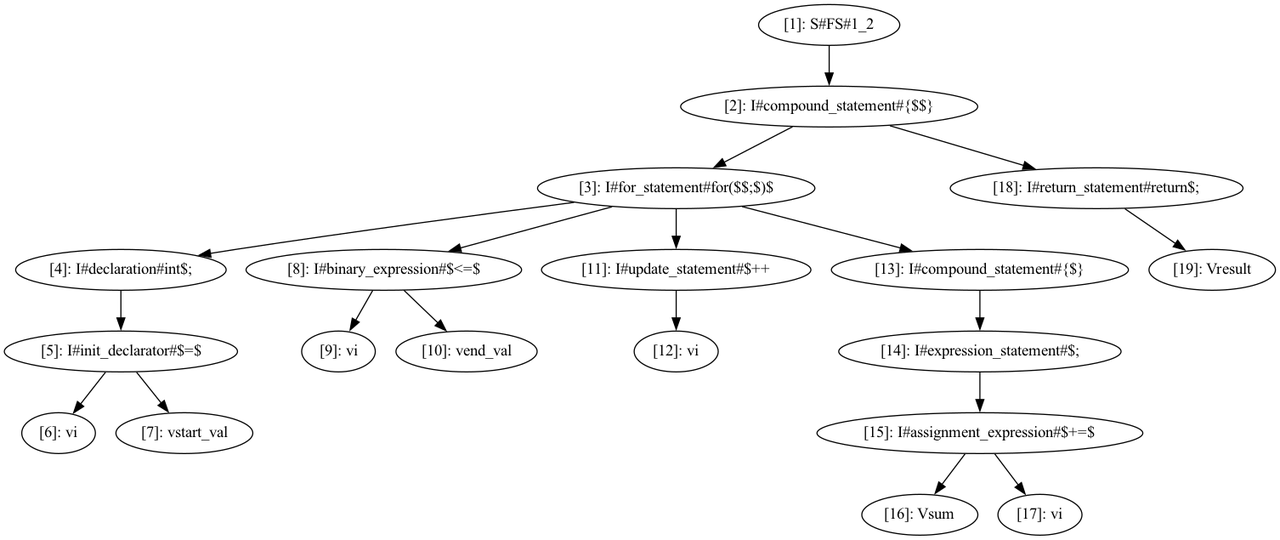
The Graphviz diagram cass.png in deryaerman/DIA-System-DS-Plagiarism-Checker-GIT, before a commit. Its source is kept beside it as cass.dot.
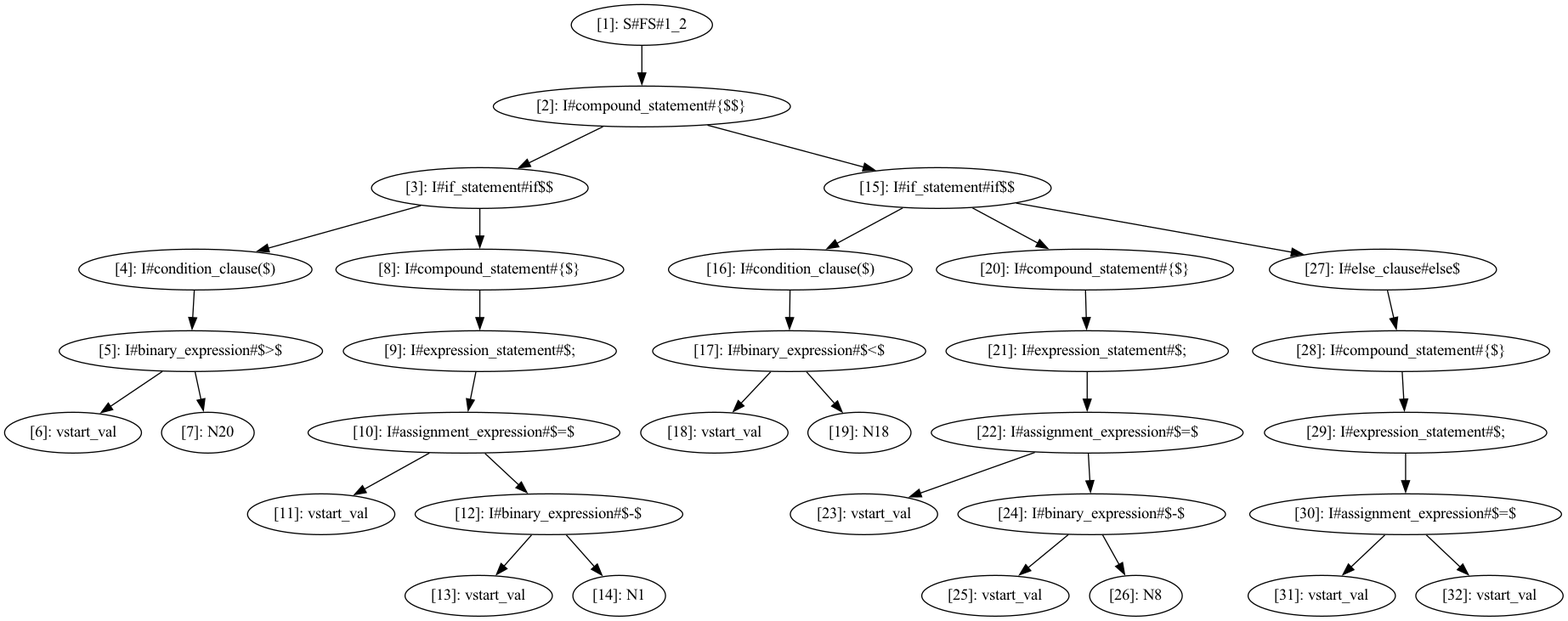
Later version of the same file.

Commit message:
else if still not working

What changed in the source:
```diff
@@ -2,23 +2,36 @@
   node [shape=ellipse];
   n1 [label="[1]: S#FS#1_2"];
   n2 [label="[2]: I#compound_statement#{$$}"];
-  n3 [label="[3]: I#for_statement#for($$;$)$"];
-  n4 [label="[4]: I#declaration#int$;"];
-  n5 [label="[5]: I#init_declarator#$=$"];
-  n6 [label="[6]: vi"];
-  n7 [label="[7]: vstart_val"];
-  n8 [label="[8]: I#binary_expression#$<=$"];
-  n9 [label="[9]: vi"];
-  n10 [label="[10]: vend_val"];
-  n11 [label="[11]: I#update_statement#$++"];
-  n12 [label="[12]: vi"];
-  n13 [label="[13]: I#compound_statement#{$}"];
-  n14 [label="[14]: I#expression_statement#$;"];
-  n15 [label="[15]: I#assignment_expression#$+=$"];
-  n16 [label="[16]: Vsum"];
-  n17 [label="[17]: vi"];
-  n18 [label="[18]: I#return_statement#return$;"];
-  n19 [label="[19]: Vresult"];
+  n3 [label="[3]: I#if_statement#if$$"];
+  n4 [label="[4]: I#condition_clause($)"];
+  n5 [label="[5]: I#binary_expression#$>$"];
+  n6 [label="[6]: vstart_val"];
+  n7 [label="[7]: N20"];
+  n8 [label="[8]: I#compound_statement#{$}"];
+  n9 [label="[9]: I#expression_statement#$;"];
+  n10 [label="[10]: I#assignment_expression#$=$"];
+  n11 [label="[11]: vstart_val"];
+  n12 [label="[12]: I#binary_expression#$-$"];
+  n13 [label="[13]: vstart_val"];
+  n14 [label="[14]: N1"];
+  n15 [label="[15]: I#if_statement#if$$"];
+  n16 [label="[16]: I#condition_clause($)"];
+  n17 [label="[17]: I#binary_expression#$<$"];
+  n18 [label="[18]: vstart_val"];
+  n19 [label="[19]: N18"];
+  n20 [label="[20]: I#compound_statement#{$}"];
+  n21 [label="[21]: I#expression_statement#$;"];
+  n22 [label="[22]: I#assignment_expression#$=$"];
+  n23 [label="[23]: vstart_val"];
+  n24 [label="[24]: I#binary_expression#$-$"];
+  n25 [label="[25]: vstart_val"];
+  n26 [label="[26]: N8"];
+  n27 [label="[27]: I#else_clause#else$"];
+  n28 [label="[28]: I#compound_statement#{$}"];
+  n29 [label="[29]: I#expression_statement#$;"];
+  n30 [label="[30]: I#assignment_expression#$=$"];
+  n31 [label="[31]: vstart_val"];
+  n32 [label="[32]: vstart_val"];
   n1 -> n2;
   n2 -> n3;
   n3 -> n4;
@@ -27,14 +40,27 @@
   n5 -> n7;
   n3 -> n8;
   n8 -> n9;
-  n8 -> n10;
-  n3 -> n11;
-  n11 -> n12;
-  n3 -> n13;
-  n13 -> n14;
-  n14 -> n15;
+  n9 -> n10;
+  n10 -> n11;
+  n10 -> n12;
+  n12 -> n13;
+  n12 -> n14;
+  n2 -> n15;
   n15 -> n16;
-  n15 -> n17;
-  n2 -> n18;
-  n18 -> n19;
+  n16 -> n17;
+  n17 -> n18;
+  n17 -> n19;
+  n15 -> n20;
+  n20 -> n21;
+  n21 -> n22;
+  n22 -> n23;
+  n22 -> n24;
+  n24 -> n25;
+  n24 -> n26;
+  n15 -> n27;
+  n27 -> n28;
+  n28 -> n29;
+  n29 -> n30;
+  n30 -> n31;
+  n30 -> n32;
 }
```
